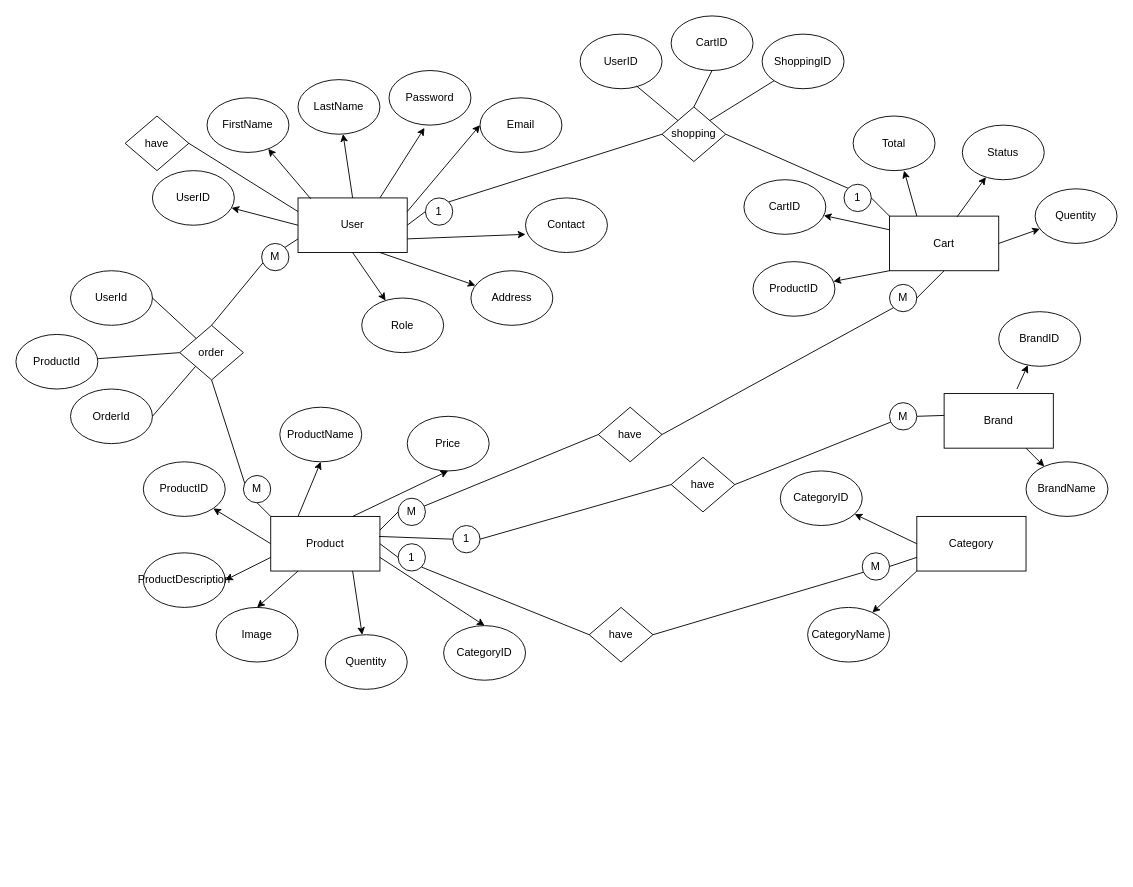
The draw.io diagram page "Page-2" (2 of 3) of Task01.drawio in buddikatdk/Task01, before the edit. Source tidied: cells renumbered, new cells numbered last; positions are measured from the earlier drawing's top-left corner, leaving out a move shared by most shapes. Both pictures are drawn from the tidied source at 91%, with x=0, y=0 at pixel (15, 15).
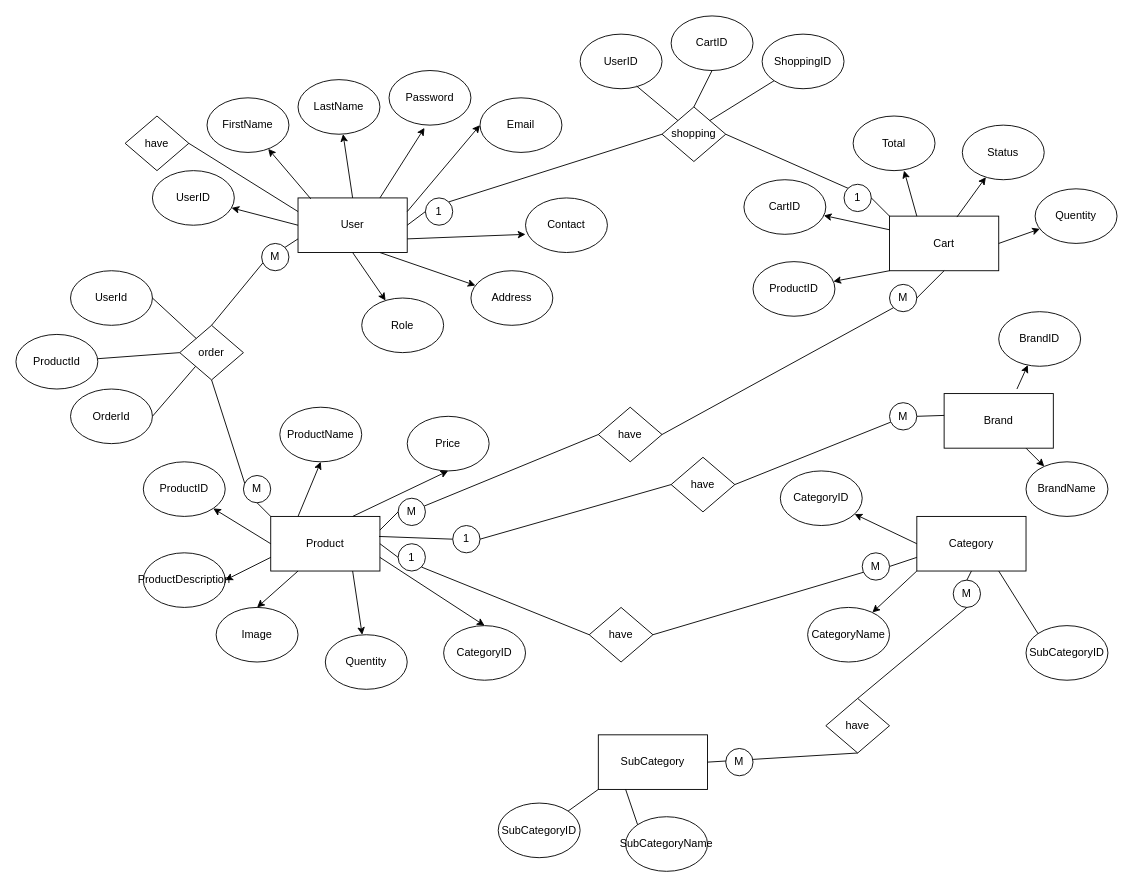
The same diagram, later.

The change refers to these unchanged cells:
```xml
<mxCell id="30" value="Category" style="rounded=0;whiteSpace=wrap;html=1;" parent="1" vertex="1">
  <mxGeometry x="990" y="550" width="120" height="60" as="geometry" />
</mxCell>
```

The edit, as a diff of the source:
```diff
@@
+    <mxCell id="104" value="SubCategory" style="rounded=0;whiteSpace=wrap;html=1;" parent="1" vertex="1">
+      <mxGeometry x="640" y="790" width="120" height="60" as="geometry" />
+    </mxCell>
+    <mxCell id="105" value="SubCategoryID" style="ellipse;whiteSpace=wrap;html=1;" parent="1" vertex="1">
+      <mxGeometry x="530" y="865" width="90" height="60" as="geometry" />
+    </mxCell>
+    <mxCell id="106" value="SubCategoryName" style="ellipse;whiteSpace=wrap;html=1;" parent="1" vertex="1">
+      <mxGeometry x="670" y="880" width="90" height="60" as="geometry" />
+    </mxCell>
+    <mxCell id="107" value="have" style="rhombus;whiteSpace=wrap;html=1;" parent="1" vertex="1">
+      <mxGeometry x="890" y="750" width="70" height="60" as="geometry" />
+    </mxCell>
+    <mxCell id="108" style="endArrow=none;html=1;rounded=0;entryX=0.5;entryY=1;entryDx=0;entryDy=0;exitX=1;exitY=0.5;exitDx=0;exitDy=0;" parent="1" edge="1" source="104" target="107">
+      <mxGeometry relative="1" as="geometry" />
+    </mxCell>
+    <mxCell id="109" style="endArrow=none;html=1;rounded=0;entryX=0.5;entryY=1;entryDx=0;entryDy=0;exitX=0.5;exitY=0;exitDx=0;exitDy=0;startArrow=none;" parent="1" edge="1" source="110" target="30">
+      <mxGeometry relative="1" as="geometry" />
+    </mxCell>
+    <mxCell id="110" value="M" style="ellipse;whiteSpace=wrap;html=1;" parent="1" vertex="1">
+      <mxGeometry x="1030" y="620" width="30" height="30" as="geometry" />
+    </mxCell>
+    <mxCell id="111" style="endArrow=none;html=1;rounded=0;entryX=0.5;entryY=1;entryDx=0;entryDy=0;exitX=0.5;exitY=0;exitDx=0;exitDy=0;" parent="1" edge="1" source="107" target="110">
+      <mxGeometry relative="1" as="geometry" />
+    </mxCell>
+    <mxCell id="112" value="M" style="ellipse;whiteSpace=wrap;html=1;" parent="1" vertex="1">
+      <mxGeometry x="780" y="805" width="30" height="30" as="geometry" />
+    </mxCell>
+    <mxCell id="113" style="endArrow=none;html=1;rounded=0;entryX=0;entryY=1;entryDx=0;entryDy=0;exitX=1;exitY=0;exitDx=0;exitDy=0;" parent="1" edge="1" source="105" target="104">
+      <mxGeometry relative="1" as="geometry" />
+    </mxCell>
+    <mxCell id="114" style="endArrow=none;html=1;rounded=0;entryX=0.25;entryY=1;entryDx=0;entryDy=0;exitX=0;exitY=0;exitDx=0;exitDy=0;" parent="1" edge="1" source="106" target="104">
+      <mxGeometry relative="1" as="geometry" />
+    </mxCell>
+    <mxCell id="115" value="SubCategoryID" style="ellipse;whiteSpace=wrap;html=1;" parent="1" vertex="1">
+      <mxGeometry x="1110" y="670" width="90" height="60" as="geometry" />
+    </mxCell>
+    <mxCell id="116" style="endArrow=none;html=1;rounded=0;entryX=0;entryY=0;entryDx=0;entryDy=0;exitX=0.75;exitY=1;exitDx=0;exitDy=0;" parent="1" edge="1" source="30" target="115">
+      <mxGeometry relative="1" as="geometry" />
+    </mxCell>
```
